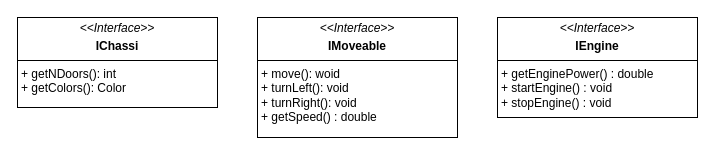
Systemiac/oop_assignments keeps this draw.io diagram as page "interfaces" (1 of 4) of docs/Vehicle.drawio. Above is the earlier version. Source tidied: cells renumbered, new cells numbered last; positions are measured from the earlier drawing's top-left corner, leaving out a move shared by most shapes. Both pictures are drawn from the tidied source at 100%, with x=0, y=0 at pixel (17, 17).
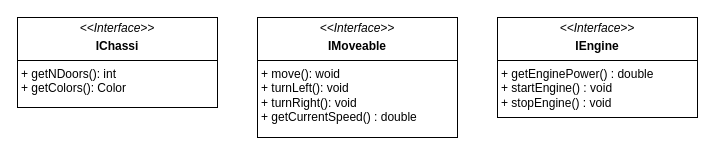
The same page after the edit.

The edit, as a diff of the source:
```diff
@@
 <mxGraphModel>
   <root>
     <mxCell id="0" />
     <mxCell id="1" parent="0" />
-    <mxCell id="2" value="&lt;p style=&quot;margin:0px;margin-top:4px;text-align:center;&quot;&gt;&lt;i&gt;&amp;lt;&amp;lt;Interface&amp;gt;&amp;gt;&lt;/i&gt;&lt;/p&gt;&lt;p style=&quot;margin:0px;margin-top:4px;text-align:center;&quot;&gt;&lt;b&gt;IMoveable&lt;/b&gt;&lt;/p&gt;&lt;hr size=&quot;1&quot; style=&quot;border-style:solid;&quot;&gt;&lt;div style=&quot;height:2px;&quot;&gt;&lt;p style=&quot;text-wrap: nowrap; margin: 0px 0px 0px 4px;&quot;&gt;+ move(): woid&lt;br&gt;+ turnLeft(): void&lt;/p&gt;&lt;p style=&quot;text-wrap: nowrap; margin: 0px 0px 0px 4px;&quot;&gt;+ turnRight(): void&lt;/p&gt;&lt;p style=&quot;text-wrap: nowrap; margin: 0px 0px 0px 4px;&quot;&gt;&lt;span style=&quot;background-color: transparent; color: light-dark(rgb(0, 0, 0), rgb(255, 255, 255));&quot;&gt;+ getSpeed() : double&lt;/span&gt;&lt;br&gt;&lt;/p&gt;&lt;/div&gt;" style="verticalAlign=top;align=left;overflow=fill;html=1;whiteSpace=wrap;" parent="1" vertex="1">
+    <mxCell id="2" value="&lt;p style=&quot;margin:0px;margin-top:4px;text-align:center;&quot;&gt;&lt;i&gt;&amp;lt;&amp;lt;Interface&amp;gt;&amp;gt;&lt;/i&gt;&lt;/p&gt;&lt;p style=&quot;margin:0px;margin-top:4px;text-align:center;&quot;&gt;&lt;b&gt;IMoveable&lt;/b&gt;&lt;/p&gt;&lt;hr size=&quot;1&quot; style=&quot;border-style:solid;&quot;&gt;&lt;div style=&quot;height:2px;&quot;&gt;&lt;p style=&quot;text-wrap: nowrap; margin: 0px 0px 0px 4px;&quot;&gt;+ move(): woid&lt;br&gt;+ turnLeft(): void&lt;/p&gt;&lt;p style=&quot;text-wrap: nowrap; margin: 0px 0px 0px 4px;&quot;&gt;+ turnRight(): void&lt;/p&gt;&lt;p style=&quot;text-wrap: nowrap; margin: 0px 0px 0px 4px;&quot;&gt;&lt;span style=&quot;background-color: transparent; color: light-dark(rgb(0, 0, 0), rgb(255, 255, 255));&quot;&gt;+ getCurrentSpeed() : double&lt;/span&gt;&lt;br&gt;&lt;/p&gt;&lt;/div&gt;" style="verticalAlign=top;align=left;overflow=fill;html=1;whiteSpace=wrap;" parent="1" vertex="1">
       <mxGeometry x="240" width="200" height="120" as="geometry" />
     </mxCell>
     <mxCell id="3" value="&lt;p style=&quot;margin:0px;margin-top:4px;text-align:center;&quot;&gt;&lt;i&gt;&amp;lt;&amp;lt;Interface&amp;gt;&amp;gt;&lt;/i&gt;&lt;/p&gt;&lt;p style=&quot;margin:0px;margin-top:4px;text-align:center;&quot;&gt;&lt;b&gt;IChassi&lt;/b&gt;&lt;/p&gt;&lt;hr size=&quot;1&quot; style=&quot;border-style:solid;&quot;&gt;&lt;div style=&quot;height:2px;&quot;&gt;&lt;p style=&quot;text-wrap: nowrap; margin: 0px 0px 0px 4px;&quot;&gt;+ getNDoors(): int&lt;br&gt;&lt;/p&gt;&lt;p style=&quot;text-wrap: nowrap; margin: 0px 0px 0px 4px;&quot;&gt;+ getColors(): Color&lt;/p&gt;&lt;/div&gt;" style="verticalAlign=top;align=left;overflow=fill;html=1;whiteSpace=wrap;" parent="1" vertex="1">
       <mxGeometry width="200" height="90" as="geometry" />
     </mxCell>
     <mxCell id="4" value="&lt;p style=&quot;margin:0px;margin-top:4px;text-align:center;&quot;&gt;&lt;i&gt;&amp;lt;&amp;lt;Interface&amp;gt;&amp;gt;&lt;/i&gt;&lt;/p&gt;&lt;p style=&quot;margin:0px;margin-top:4px;text-align:center;&quot;&gt;&lt;b&gt;IEngine&lt;/b&gt;&lt;/p&gt;&lt;hr size=&quot;1&quot; style=&quot;border-style:solid;&quot;&gt;&lt;div style=&quot;height:2px;&quot;&gt;&lt;p style=&quot;text-wrap: nowrap; margin: 0px 0px 0px 4px;&quot;&gt;+ getEnginePower() :&amp;nbsp;&lt;span style=&quot;background-color: transparent; color: light-dark(rgb(0, 0, 0), rgb(255, 255, 255));&quot;&gt;double&lt;/span&gt;&lt;span style=&quot;background-color: transparent; color: light-dark(rgb(0, 0, 0), rgb(255, 255, 255));&quot;&gt;&amp;nbsp;&lt;/span&gt;&lt;/p&gt;&lt;p style=&quot;text-wrap: nowrap; margin: 0px 0px 0px 4px;&quot;&gt;&lt;span style=&quot;background-color: transparent; color: light-dark(rgb(0, 0, 0), rgb(255, 255, 255));&quot;&gt;+ startEngine() : void&lt;/span&gt;&lt;br&gt;&lt;/p&gt;&lt;p style=&quot;text-wrap: nowrap; margin: 0px 0px 0px 4px;&quot;&gt;+ stopEngine() : void&lt;/p&gt;&lt;/div&gt;" style="verticalAlign=top;align=left;overflow=fill;html=1;whiteSpace=wrap;" parent="1" vertex="1">
       <mxGeometry x="480" width="200" height="100" as="geometry" />
     </mxCell>
   </root>
 </mxGraphModel>
```
